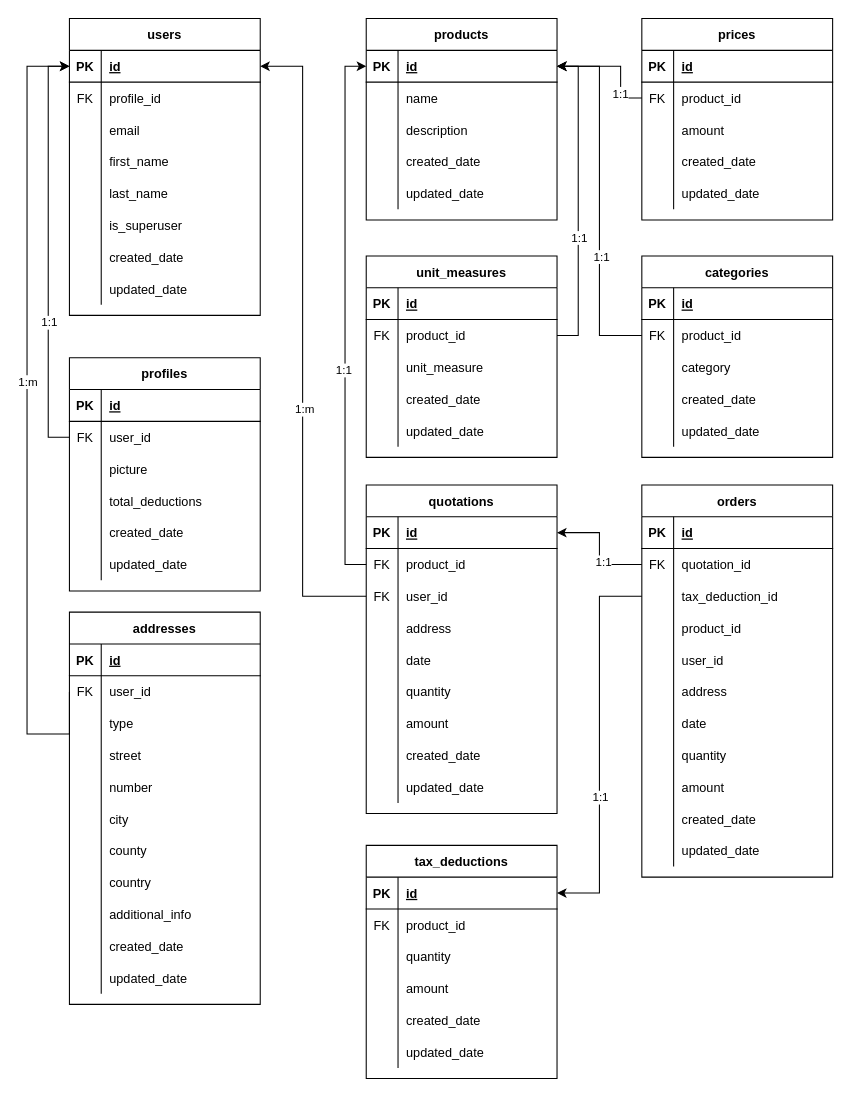
Earlier version of the draw.io diagram Untitled Diagram.drawio (PixLix1/donations_point). Source tidied: cells renumbered, new cells numbered last; positions are measured from the earlier drawing's top-left corner, leaving out a move shared by most shapes. Both pictures are drawn from the tidied source at 106%, with x=0, y=0 at pixel (26, 18).
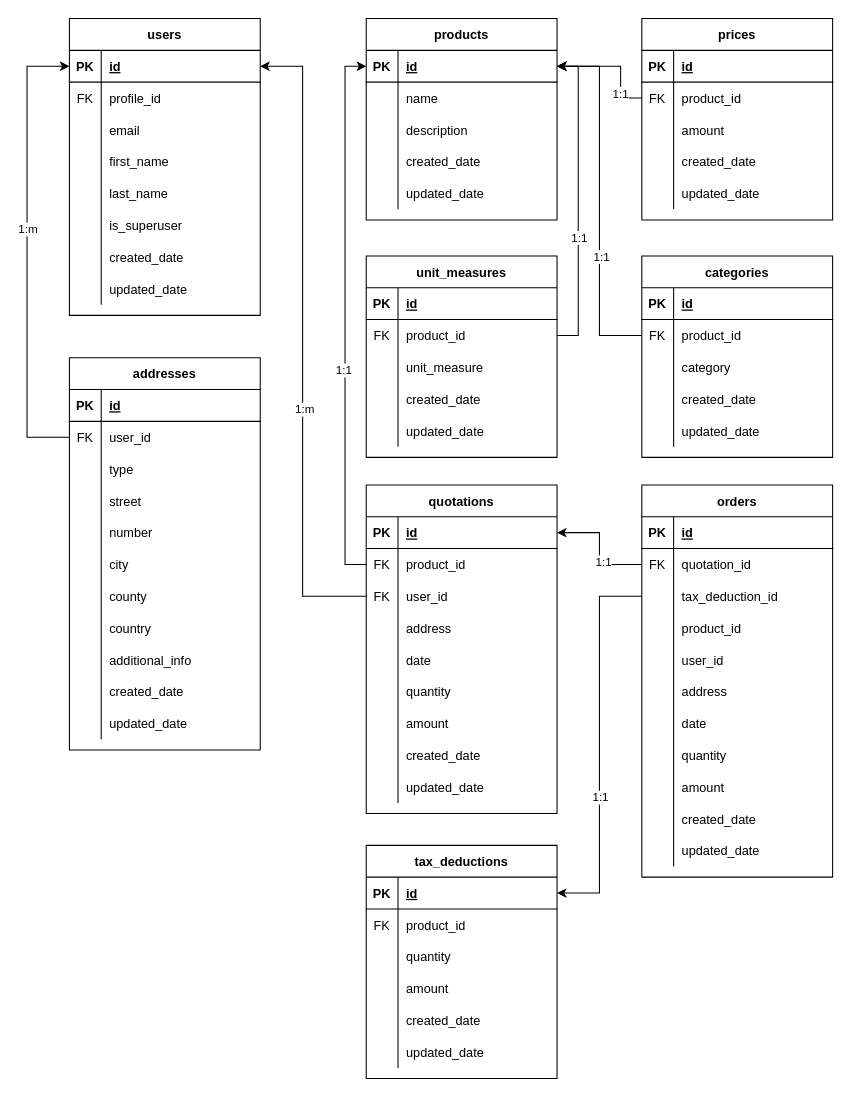
Above is the later version.

Unchanged cells that the change refers to:
```xml
<mxCell id="3" style="shape=partialRectangle;fillColor=none;top=0;left=0;bottom=1;right=0;points=[[0,0.5],[1,0.5]];portConstraint=eastwest;" parent="2" vertex="1">
  <mxGeometry y="30" width="180" height="30" as="geometry" />
</mxCell>
<mxCell id="47" style="shape=partialRectangle;fillColor=none;top=0;left=0;bottom=0;right=0;points=[[0,0.5],[1,0.5]];portConstraint=eastwest;" parent="43" vertex="1">
  <mxGeometry y="60" width="180" height="30" as="geometry" />
</mxCell>
```

Change to the diagram source:
```diff
@@
     <mxCell id="43" value="addresses" style="shape=table;startSize=30;childLayout=tableLayout;rowLines=0;fontStyle=1;align=center;" parent="1" vertex="1">
-      <mxGeometry x="40" y="560" width="180" height="370" as="geometry" />
+      <mxGeometry x="40" y="320" width="180" height="370" as="geometry" />
     </mxCell>
@@
     <mxCell id="109" style="edgeStyle=orthogonalEdgeStyle;rounded=0;jettySize=auto;html=1;exitX=0;exitY=0.5;exitDx=0;exitDy=0;entryX=0;entryY=0.5;entryDx=0;entryDy=0;" parent="1" edge="1" source="47" target="3">
       <mxGeometry relative="1" as="geometry">
         <Array as="points">
-          <mxPoint y="675" />
+          <mxPoint y="395" />
           <mxPoint y="45" />
         </Array>
       </mxGeometry>
     </mxCell>
@@
-    <mxCell id="115" value="profiles" style="shape=table;startSize=30;childLayout=tableLayout;rowLines=0;fontStyle=1;align=center;" parent="1" vertex="1">
-      <mxGeometry x="40" y="320" width="180" height="220" as="geometry" />
-    </mxCell>
-    <mxCell id="116" style="shape=partialRectangle;fillColor=none;top=0;left=0;bottom=1;right=0;" parent="115" vertex="1">
-      <mxGeometry y="30" width="180" height="30" as="geometry" />
-    </mxCell>
-    <mxCell id="117" value="PK" style="shape=partialRectangle;fillColor=none;top=0;left=0;bottom=0;right=0;fontStyle=1;overflow=hidden;" parent="116" vertex="1">
-      <mxGeometry width="30" height="30" as="geometry" />
-    </mxCell>
-    <mxCell id="118" value="id" style="shape=partialRectangle;fillColor=none;top=0;left=0;bottom=0;right=0;align=left;spacingLeft=6;fontStyle=5;overflow=hidden;" parent="116" vertex="1">
-      <mxGeometry x="30" width="150" height="30" as="geometry" />
-    </mxCell>
-    <mxCell id="119" style="shape=partialRectangle;fillColor=none;top=0;left=0;bottom=0;right=0;points=[[0,0.5],[1,0.5]];portConstraint=eastwest;" parent="115" vertex="1">
-      <mxGeometry y="60" width="180" height="30" as="geometry" />
-    </mxCell>
-    <mxCell id="120" value="FK" style="shape=partialRectangle;fillColor=none;top=0;left=0;bottom=0;right=0;overflow=hidden;" parent="119" vertex="1">
-      <mxGeometry width="30" height="30" as="geometry" />
-    </mxCell>
-    <mxCell id="121" value="user_id" style="shape=partialRectangle;fillColor=none;top=0;left=0;bottom=0;right=0;align=left;spacingLeft=6;overflow=hidden;" parent="119" vertex="1">
-      <mxGeometry x="30" width="150" height="30" as="geometry" />
-    </mxCell>
-    <mxCell id="122" style="shape=partialRectangle;fillColor=none;top=0;left=0;bottom=0;right=0;" parent="115" vertex="1">
-      <mxGeometry y="90" width="180" height="30" as="geometry" />
-    </mxCell>
-    <mxCell id="123" style="shape=partialRectangle;fillColor=none;top=0;left=0;bottom=0;right=0;overflow=hidden;" parent="122" vertex="1">
-      <mxGeometry width="30" height="30" as="geometry" />
-    </mxCell>
-    <mxCell id="124" value="picture" style="shape=partialRectangle;fillColor=none;top=0;left=0;bottom=0;right=0;align=left;spacingLeft=6;overflow=hidden;" parent="122" vertex="1">
-      <mxGeometry x="30" width="150" height="30" as="geometry" />
-    </mxCell>
-    <mxCell id="125" style="shape=partialRectangle;fillColor=none;top=0;left=0;bottom=0;right=0;" parent="115" vertex="1">
-      <mxGeometry y="120" width="180" height="30" as="geometry" />
-    </mxCell>
-    <mxCell id="126" style="shape=partialRectangle;fillColor=none;top=0;left=0;bottom=0;right=0;overflow=hidden;" parent="125" vertex="1">
-      <mxGeometry width="30" height="30" as="geometry" />
-    </mxCell>
-    <mxCell id="127" value="total_deductions" style="shape=partialRectangle;fillColor=none;top=0;left=0;bottom=0;right=0;align=left;spacingLeft=6;overflow=hidden;" parent="125" vertex="1">
-      <mxGeometry x="30" width="150" height="30" as="geometry" />
-    </mxCell>
-    <mxCell id="128" style="shape=partialRectangle;fillColor=none;top=0;left=0;bottom=0;right=0;" parent="115" vertex="1">
-      <mxGeometry y="150" width="180" height="30" as="geometry" />
-    </mxCell>
-    <mxCell id="129" style="shape=partialRectangle;fillColor=none;top=0;left=0;bottom=0;right=0;overflow=hidden;" parent="128" vertex="1">
-      <mxGeometry width="30" height="30" as="geometry" />
-    </mxCell>
-    <mxCell id="130" value="created_date" style="shape=partialRectangle;fillColor=none;top=0;left=0;bottom=0;right=0;align=left;spacingLeft=6;overflow=hidden;" parent="128" vertex="1">
-      <mxGeometry x="30" width="150" height="30" as="geometry" />
-    </mxCell>
-    <mxCell id="131" style="shape=partialRectangle;fillColor=none;top=0;left=0;bottom=0;right=0;" parent="115" vertex="1">
-      <mxGeometry y="180" width="180" height="30" as="geometry" />
-    </mxCell>
-    <mxCell id="132" style="shape=partialRectangle;fillColor=none;top=0;left=0;bottom=0;right=0;overflow=hidden;" parent="131" vertex="1">
-      <mxGeometry width="30" height="30" as="geometry" />
-    </mxCell>
-    <mxCell id="133" value="updated_date" style="shape=partialRectangle;fillColor=none;top=0;left=0;bottom=0;right=0;align=left;spacingLeft=6;overflow=hidden;" parent="131" vertex="1">
-      <mxGeometry x="30" width="150" height="30" as="geometry" />
-    </mxCell>
-    <mxCell id="134" style="edgeStyle=orthogonalEdgeStyle;rounded=0;jettySize=auto;html=1;exitX=0;exitY=0.5;exitDx=0;exitDy=0;entryX=0;entryY=0.5;entryDx=0;entryDy=0;" parent="1" edge="1" source="119" target="3">
-      <mxGeometry relative="1" as="geometry" />
-    </mxCell>
-    <mxCell id="135" value="1:1" style="edgeLabel;html=1;align=center;verticalAlign=middle;" parent="134" vertex="1">
-      <mxGeometry x="-0.34" relative="1" as="geometry" />
-    </mxCell>
```
